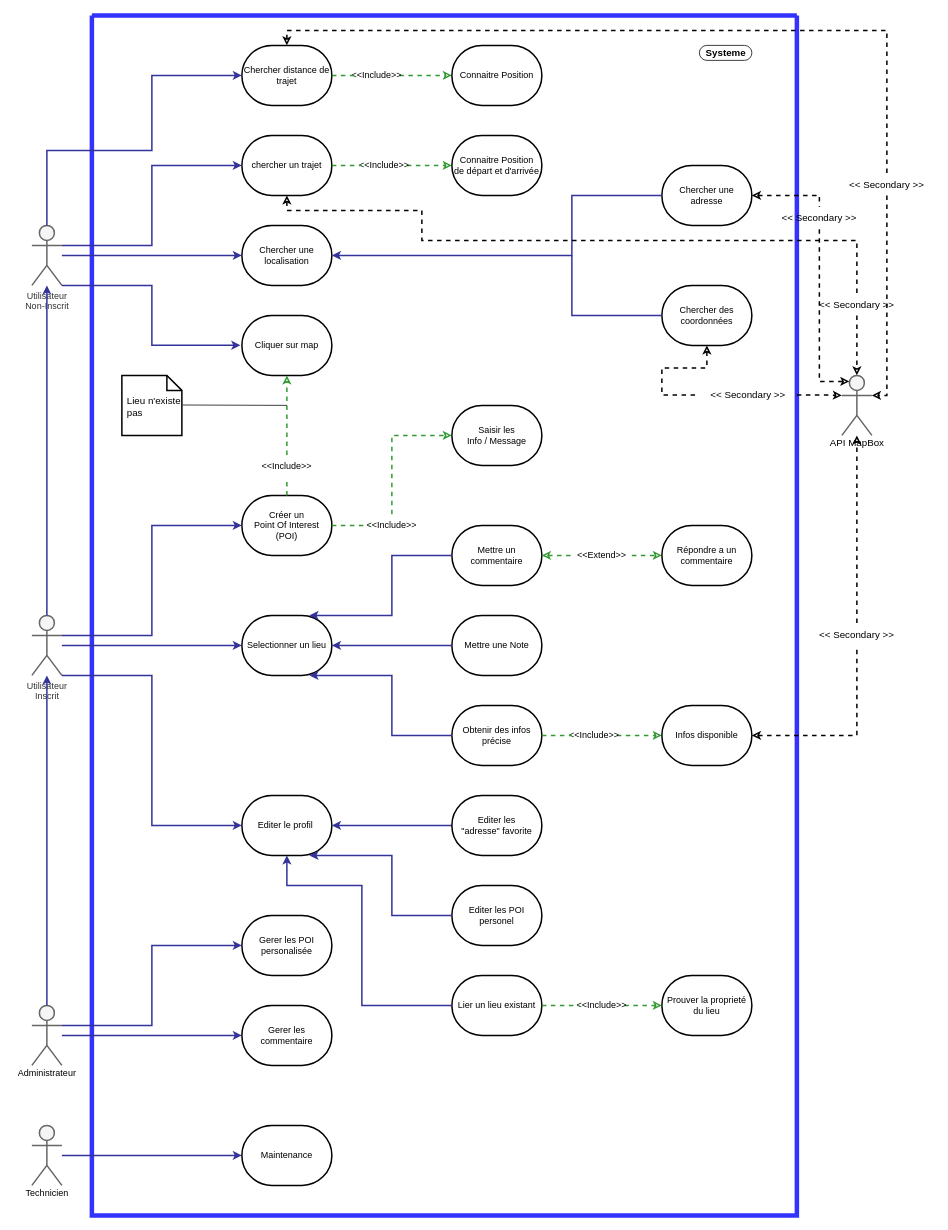
Before: page "Use-Case" (1 of 2) of UML/UML.drawio in Bparsis/Projet-Formation, a draw.io diagram. Source tidied: cells renumbered, new cells numbered last; positions are measured from the earlier drawing's top-left corner, leaving out a move shared by most shapes. Both pictures are drawn from the tidied source at 75%, with x=0, y=0 at pixel (13, 15).
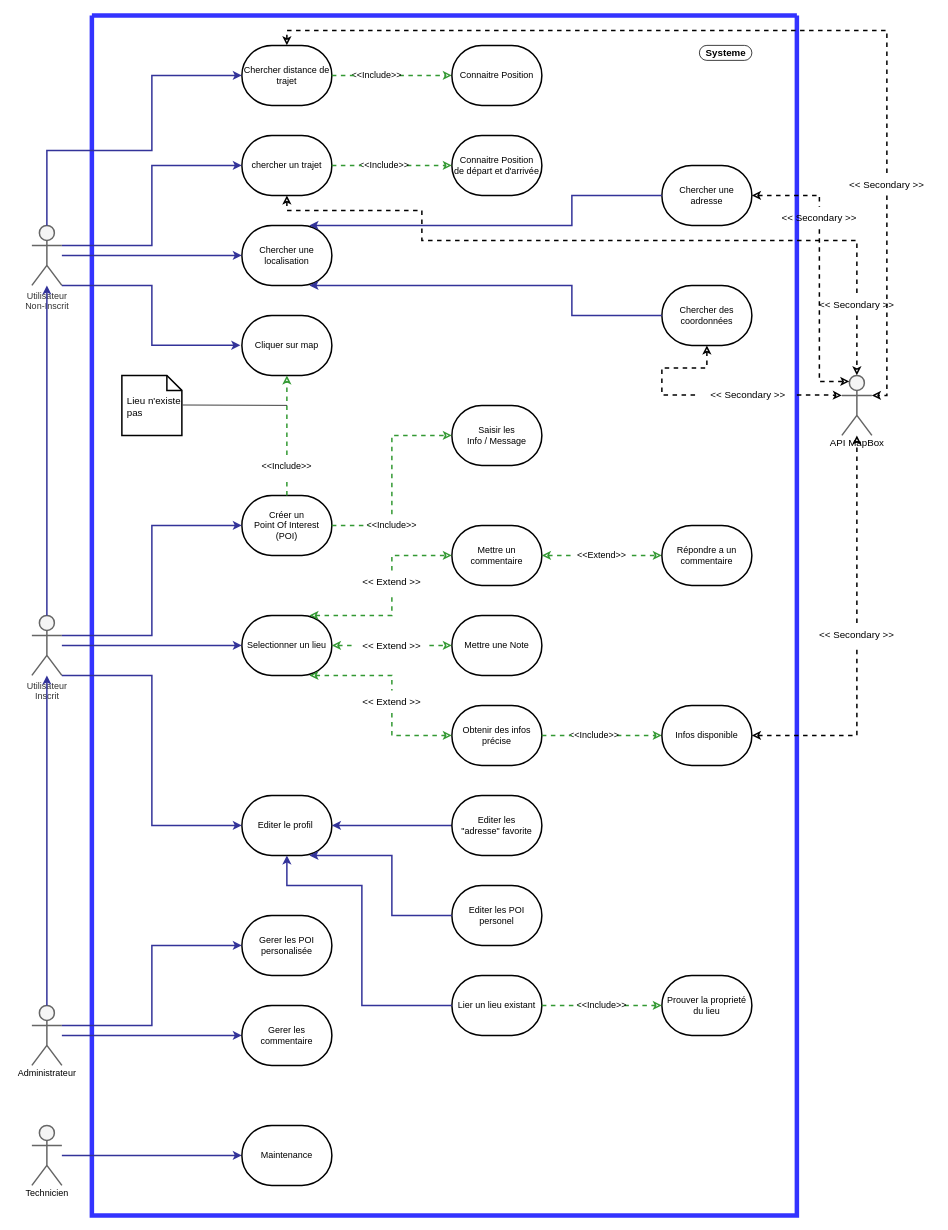
After the change.

The change refers to these unchanged cells:
```xml
<mxCell id="2" style="swimlane;startSize=0;rounded=1;glass=0;strokeWidth=6;perimeterSpacing=0;arcSize=50;fillColor=#6666FF;shadow=0;swimlaneLine=1;strokeColor=#3333FF;labelBackgroundColor=none;swimlaneFillColor=none;" parent="1" vertex="1">
  <mxGeometry x="105" width="940" height="1600" as="geometry" />
</mxCell>
<mxCell id="6" value="Selectionner un lieu" style="rounded=1;whiteSpace=wrap;html=1;sketch=0;arcSize=50;strokeWidth=2;perimeterSpacing=0;gradientColor=none;fillColor=default;" parent="2" vertex="1">
  <mxGeometry x="200" y="800" width="120" height="80" as="geometry" />
</mxCell>
<mxCell id="8" value="Chercher une localisation" style="rounded=1;whiteSpace=wrap;html=1;arcSize=50;strokeWidth=2;perimeterSpacing=0;gradientColor=none;fillColor=default;" parent="1" vertex="1">
  <mxGeometry x="305" y="280" width="120" height="80" as="geometry" />
</mxCell>
<mxCell id="27" value="Chercher une adresse" style="rounded=1;whiteSpace=wrap;html=1;arcSize=50;strokeWidth=2;perimeterSpacing=0;gradientColor=none;fillColor=default;" parent="1" vertex="1">
  <mxGeometry x="865" y="200" width="120" height="80" as="geometry" />
</mxCell>
<mxCell id="28" value="Chercher des coordonnées" style="rounded=1;whiteSpace=wrap;html=1;arcSize=50;strokeWidth=2;perimeterSpacing=0;gradientColor=none;fillColor=default;" parent="1" vertex="1">
  <mxGeometry x="865" y="360" width="120" height="80" as="geometry" />
</mxCell>
<mxCell id="31" value="Mettre un commentaire" style="rounded=1;whiteSpace=wrap;html=1;sketch=0;arcSize=50;strokeWidth=2;perimeterSpacing=0;gradientColor=none;fillColor=default;" parent="1" vertex="1">
  <mxGeometry x="585" y="680" width="120" height="80" as="geometry" />
</mxCell>
<mxCell id="32" value="Mettre une Note" style="rounded=1;whiteSpace=wrap;html=1;sketch=0;arcSize=50;strokeWidth=2;perimeterSpacing=0;gradientColor=none;fillColor=default;" parent="1" vertex="1">
  <mxGeometry x="585" y="800" width="120" height="80" as="geometry" />
</mxCell>
<mxCell id="33" value="Obtenir des infos précise" style="rounded=1;whiteSpace=wrap;html=1;sketch=0;arcSize=50;strokeWidth=2;perimeterSpacing=0;gradientColor=none;fillColor=default;" parent="1" vertex="1">
  <mxGeometry x="585" y="920" width="120" height="80" as="geometry" />
</mxCell>
```

Change to the diagram source:
```diff
@@
+    <mxCell id="94" value="&amp;lt;&amp;lt; Extend &amp;gt;&amp;gt;" style="text;html=1;strokeColor=none;fillColor=none;align=center;verticalAlign=middle;whiteSpace=wrap;rounded=0;shadow=0;glass=0;labelBackgroundColor=none;sketch=0;fontSize=13;" parent="2" vertex="1">
+      <mxGeometry x="350" y="740" width="100" height="30" as="geometry" />
+    </mxCell>
+    <mxCell id="95" style="rounded=0;jettySize=auto;html=1;strokeWidth=2;startArrow=classic;endArrow=none;edgeStyle=orthogonalEdgeStyle;startFill=0;endFill=0;fillColor=#dae8fc;strokeColor=#339933;sketch=0;exitX=0.75;exitY=0;exitDx=0;exitDy=0;dashed=1;" parent="2" edge="1" source="6" target="94">
+      <mxGeometry relative="1" as="geometry">
+        <Array as="points">
+          <mxPoint x="400" y="800" />
+        </Array>
+      </mxGeometry>
+    </mxCell>
+    <mxCell id="96" value="&amp;lt;&amp;lt; Extend &amp;gt;&amp;gt;" style="text;html=1;strokeColor=none;fillColor=none;align=center;verticalAlign=middle;whiteSpace=wrap;rounded=0;shadow=0;glass=0;labelBackgroundColor=none;sketch=0;fontSize=13;" parent="2" vertex="1">
+      <mxGeometry x="350" y="825" width="100" height="30" as="geometry" />
+    </mxCell>
+    <mxCell id="97" style="rounded=0;jettySize=auto;html=1;strokeWidth=2;startArrow=classic;endArrow=none;edgeStyle=orthogonalEdgeStyle;startFill=0;endFill=0;fillColor=#dae8fc;strokeColor=#339933;sketch=0;exitX=1;exitY=0.5;exitDx=0;exitDy=0;entryX=0;entryY=0.5;entryDx=0;entryDy=0;dashed=1;" parent="2" edge="1" source="6" target="96">
+      <mxGeometry relative="1" as="geometry" />
+    </mxCell>
+    <mxCell id="98" value="&amp;lt;&amp;lt; Extend &amp;gt;&amp;gt;" style="text;html=1;strokeColor=none;fillColor=none;align=center;verticalAlign=middle;whiteSpace=wrap;rounded=0;shadow=0;glass=0;labelBackgroundColor=none;sketch=0;fontSize=13;" parent="2" vertex="1">
+      <mxGeometry x="350" y="900" width="100" height="30" as="geometry" />
+    </mxCell>
+    <mxCell id="99" style="rounded=0;jettySize=auto;html=1;strokeWidth=2;startArrow=classic;endArrow=none;edgeStyle=orthogonalEdgeStyle;startFill=0;endFill=0;fillColor=#dae8fc;strokeColor=#339933;sketch=0;exitX=0.75;exitY=1;exitDx=0;exitDy=0;dashed=1;" parent="2" edge="1" source="6" target="98">
+      <mxGeometry relative="1" as="geometry">
+        <Array as="points">
+          <mxPoint x="400" y="880" />
+        </Array>
+      </mxGeometry>
+    </mxCell>
@@
-    <mxCell id="29" style="rounded=0;jettySize=auto;html=1;strokeWidth=2;startArrow=classic;endArrow=none;edgeStyle=orthogonalEdgeStyle;startFill=1;endFill=0;fillColor=#dae8fc;strokeColor=#333399;exitX=1;exitY=0.5;exitDx=0;exitDy=0;entryX=0;entryY=0.5;entryDx=0;entryDy=0;" parent="1" edge="1" source="8" target="27">
+    <mxCell id="29" style="rounded=0;jettySize=auto;html=1;strokeWidth=2;startArrow=classic;endArrow=none;edgeStyle=orthogonalEdgeStyle;startFill=1;endFill=0;fillColor=#dae8fc;strokeColor=#333399;entryX=0;entryY=0.5;entryDx=0;entryDy=0;exitX=0.75;exitY=0;exitDx=0;exitDy=0;" parent="1" edge="1" source="8" target="27">
       <mxGeometry relative="1" as="geometry">
         <Array as="points">
-          <mxPoint x="745" y="320" />
+          <mxPoint x="745" y="280" />
           <mxPoint x="745" y="240" />
         </Array>
       </mxGeometry>
     </mxCell>
-    <mxCell id="30" style="rounded=0;jettySize=auto;html=1;strokeWidth=2;startArrow=none;endArrow=none;edgeStyle=orthogonalEdgeStyle;startFill=0;endFill=0;fillColor=#dae8fc;strokeColor=#333399;entryX=0;entryY=0.5;entryDx=0;entryDy=0;" parent="1" edge="1" target="28">
+    <mxCell id="30" style="rounded=0;jettySize=auto;html=1;strokeWidth=2;startArrow=classic;endArrow=none;edgeStyle=orthogonalEdgeStyle;startFill=1;endFill=0;fillColor=#dae8fc;strokeColor=#333399;entryX=0;entryY=0.5;entryDx=0;entryDy=0;exitX=0.75;exitY=1;exitDx=0;exitDy=0;" parent="1" edge="1" source="8" target="28">
       <mxGeometry relative="1" as="geometry">
-        <mxPoint x="745" y="320" as="sourcePoint" />
         <Array as="points">
+          <mxPoint x="745" y="360" />
           <mxPoint x="745" y="400" />
         </Array>
       </mxGeometry>
     </mxCell>
@@
-    <mxCell id="34" style="rounded=0;jettySize=auto;html=1;strokeWidth=2;startArrow=classic;endArrow=none;edgeStyle=orthogonalEdgeStyle;startFill=1;endFill=0;fillColor=#dae8fc;strokeColor=#333399;sketch=0;exitX=1;exitY=0.5;exitDx=0;exitDy=0;entryX=0;entryY=0.5;entryDx=0;entryDy=0;" parent="1" edge="1" source="6" target="32">
+    <mxCell id="34" style="rounded=0;jettySize=auto;html=1;strokeWidth=2;startArrow=none;endArrow=classic;edgeStyle=orthogonalEdgeStyle;startFill=0;endFill=0;fillColor=#dae8fc;strokeColor=#339933;sketch=0;exitX=1;exitY=0.5;exitDx=0;exitDy=0;entryX=0;entryY=0.5;entryDx=0;entryDy=0;dashed=1;" parent="1" edge="1" source="96" target="32">
       <mxGeometry relative="1" as="geometry" />
     </mxCell>
-    <mxCell id="35" style="rounded=0;jettySize=auto;html=1;strokeWidth=2;startArrow=classic;endArrow=none;edgeStyle=orthogonalEdgeStyle;startFill=1;endFill=0;fillColor=#dae8fc;strokeColor=#333399;sketch=0;entryX=0;entryY=0.5;entryDx=0;entryDy=0;exitX=0.75;exitY=0;exitDx=0;exitDy=0;" parent="1" edge="1" source="6" target="31">
+    <mxCell id="35" style="rounded=0;jettySize=auto;html=1;strokeWidth=2;startArrow=none;endArrow=classic;edgeStyle=orthogonalEdgeStyle;startFill=0;endFill=0;fillColor=#dae8fc;strokeColor=#339933;sketch=0;entryX=0;entryY=0.5;entryDx=0;entryDy=0;dashed=1;" parent="1" edge="1" source="94" target="31">
       <mxGeometry relative="1" as="geometry">
         <Array as="points">
-          <mxPoint x="505" y="800" />
           <mxPoint x="505" y="720" />
         </Array>
       </mxGeometry>
     </mxCell>
-    <mxCell id="36" style="rounded=0;jettySize=auto;html=1;strokeWidth=2;startArrow=classic;endArrow=none;edgeStyle=orthogonalEdgeStyle;startFill=1;endFill=0;fillColor=#dae8fc;strokeColor=#333399;sketch=0;entryX=0;entryY=0.5;entryDx=0;entryDy=0;exitX=0.75;exitY=1;exitDx=0;exitDy=0;" parent="1" edge="1" source="6" target="33">
+    <mxCell id="36" style="rounded=0;jettySize=auto;html=1;strokeWidth=2;startArrow=none;endArrow=classic;edgeStyle=orthogonalEdgeStyle;startFill=0;endFill=0;fillColor=#dae8fc;strokeColor=#339933;sketch=0;entryX=0;entryY=0.5;entryDx=0;entryDy=0;dashed=1;" parent="1" edge="1" source="98" target="33">
       <mxGeometry relative="1" as="geometry">
         <Array as="points">
-          <mxPoint x="505" y="880" />
           <mxPoint x="505" y="960" />
         </Array>
       </mxGeometry>
     </mxCell>
```
